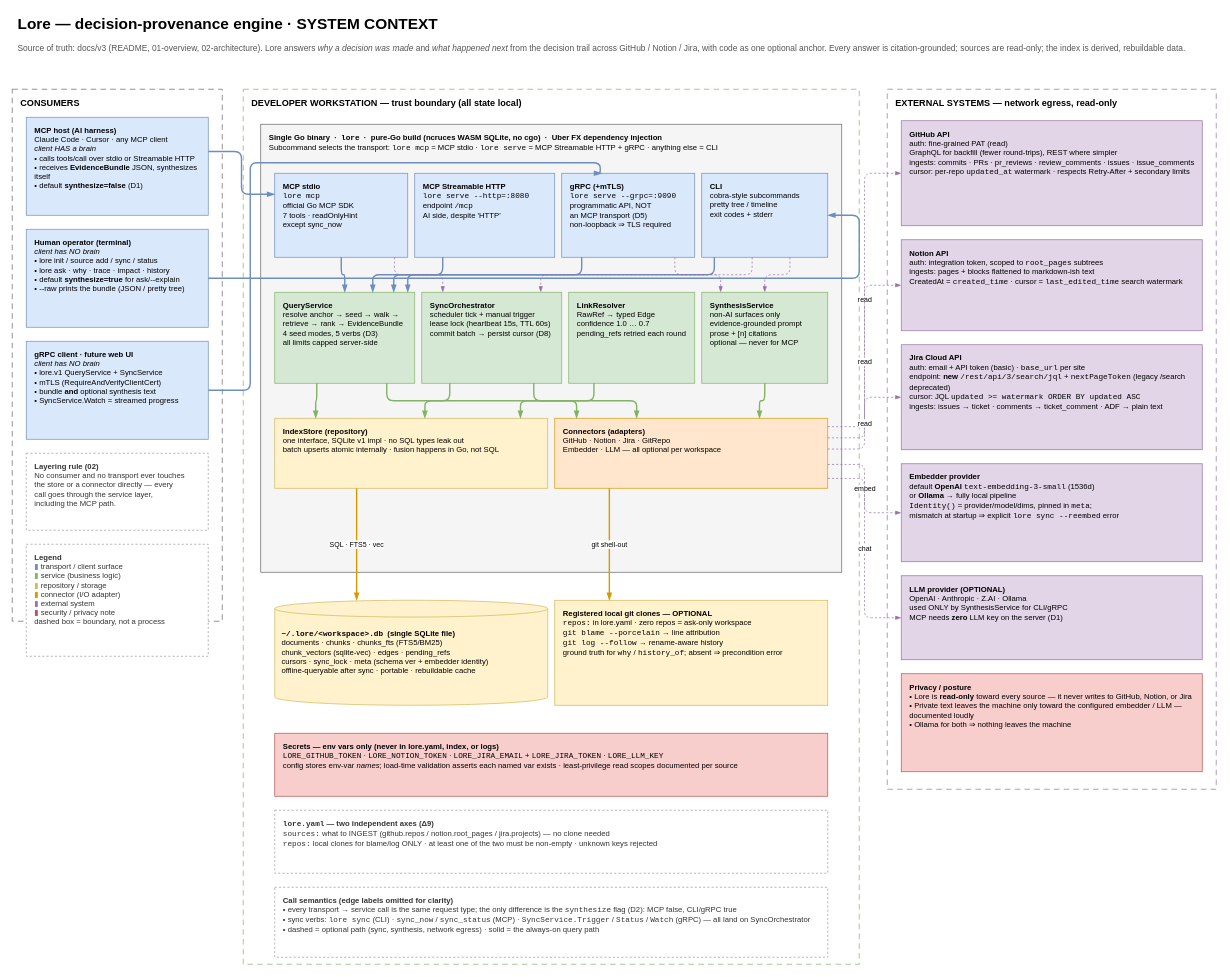
Above: page "1 · System Context" (1 of 11) of docs/v3/lore-system-design.drawio in setthasit/Lore (draw.io), before the change. Source tidied: cells renumbered, new cells numbered last; positions are measured from the earlier drawing's top-left corner, leaving out a move shared by most shapes. Both pictures are drawn from the tidied source at 70%, with x=0, y=0 at pixel (12, 12).
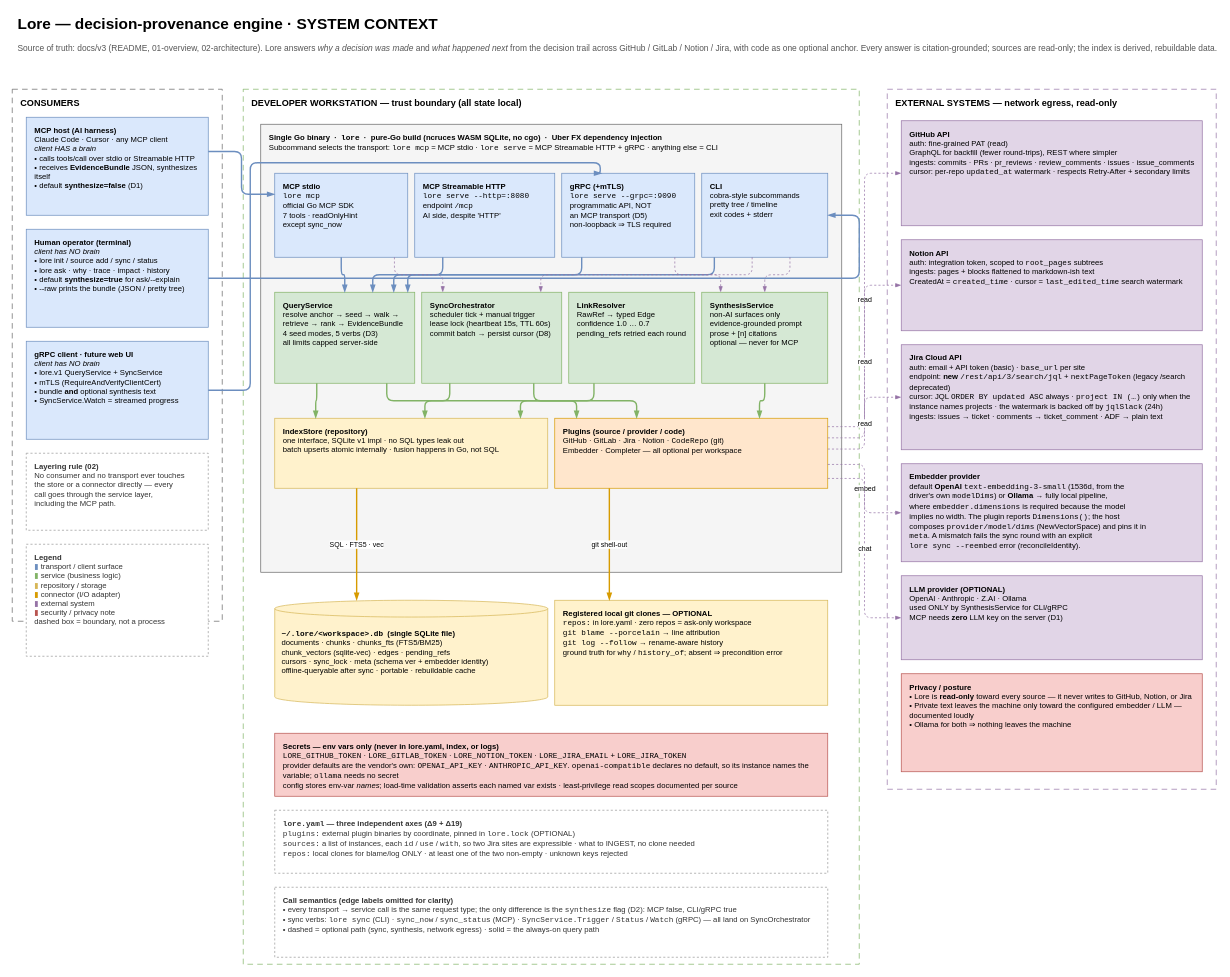
Above is the later version.

What changed in the source:
```diff
@@
-    <mxCell id="3" value="Source of truth: docs/v3 (README, 01-overview, 02-architecture). Lore answers &lt;i&gt;why a decision was made&lt;/i&gt; and &lt;i&gt;what happened next&lt;/i&gt; from the decision trail across GitHub / Notion / Jira, with code as one optional anchor. Every answer is citation-grounded; sources are read-only; the index is derived, rebuildable data." style="text;html=1;align=left;verticalAlign=top;fontSize=12;fontColor=#555555;spacingLeft=6;" parent="1" vertex="1">
+    <mxCell id="3" value="Source of truth: docs/v3 (README, 01-overview, 02-architecture). Lore answers &lt;i&gt;why a decision was made&lt;/i&gt; and &lt;i&gt;what happened next&lt;/i&gt; from the decision trail across GitHub / GitLab / Notion / Jira, with code as one optional anchor. Every answer is citation-grounded; sources are read-only; the index is derived, rebuildable data." style="text;html=1;align=left;verticalAlign=top;fontSize=12;fontColor=#555555;spacingLeft=6;" parent="1" vertex="1">
       <mxGeometry y="38" width="1220" height="52" as="geometry" />
     </mxCell>
@@
-    <mxCell id="22" value="&lt;b&gt;Connectors (adapters)&lt;/b&gt;&lt;br&gt;GitHub · Notion · Jira · GitRepo&lt;br&gt;Embedder · LLM — all optional per workspace" style="rounded=0;whiteSpace=wrap;html=1;align=left;verticalAlign=top;spacing=4;spacingLeft=8;spacingTop=4;fontSize=11;fillColor=#ffe6cc;strokeColor=#d79b00;" parent="1" vertex="1">
+    <mxCell id="22" value="&lt;b&gt;Plugins (source / provider / code)&lt;/b&gt;&lt;br&gt;GitHub · GitLab · Jira · Notion · &lt;font face='Courier New'&gt;CodeRepo&lt;/font&gt; (git)&lt;br&gt;Embedder · Completer — all optional per workspace" style="rounded=0;whiteSpace=wrap;html=1;align=left;verticalAlign=top;spacing=4;spacingLeft=8;spacingTop=4;fontSize=11;fillColor=#ffe6cc;strokeColor=#d79b00;" parent="1" vertex="1">
       <mxGeometry x="775" y="580" width="390" height="100" as="geometry" />
     </mxCell>
@@
-    <mxCell id="25" value="&lt;b&gt;Secrets — env vars only (never in lore.yaml, index, or logs)&lt;/b&gt;&lt;br&gt;&lt;font face='Courier New'&gt;LORE_GITHUB_TOKEN&lt;/font&gt; · &lt;font face='Courier New'&gt;LORE_NOTION_TOKEN&lt;/font&gt; · &lt;font face='Courier New'&gt;LORE_JIRA_EMAIL&lt;/font&gt; + &lt;font face='Courier New'&gt;LORE_JIRA_TOKEN&lt;/font&gt; · &lt;font face='Courier New'&gt;LORE_LLM_KEY&lt;/font&gt;&lt;br&gt;config stores env-var &lt;i&gt;names&lt;/i&gt;; load-time validation asserts each named var exists · least-privilege read scopes documented per source" style="rounded=0;whiteSpace=wrap;html=1;align=left;verticalAlign=top;spacing=4;spacingLeft=8;spacingTop=4;fontSize=11;fillColor=#f8cecc;strokeColor=#b85450;" parent="1" vertex="1">
+    <mxCell id="25" value="&lt;b&gt;Secrets — env vars only (never in lore.yaml, index, or logs)&lt;/b&gt;&lt;br&gt;&lt;font face='Courier New'&gt;LORE_GITHUB_TOKEN&lt;/font&gt; · &lt;font face='Courier New'&gt;LORE_GITLAB_TOKEN&lt;/font&gt; · &lt;font face='Courier New'&gt;LORE_NOTION_TOKEN&lt;/font&gt; · &lt;font face='Courier New'&gt;LORE_JIRA_EMAIL&lt;/font&gt; + &lt;font face='Courier New'&gt;LORE_JIRA_TOKEN&lt;/font&gt;&lt;br&gt;provider defaults are the vendor's own: &lt;font face='Courier New'&gt;OPENAI_API_KEY&lt;/font&gt; · &lt;font face='Courier New'&gt;ANTHROPIC_API_KEY&lt;/font&gt;. &lt;font face='Courier New'&gt;openai-compatible&lt;/font&gt; declares no default, so its instance names the variable; &lt;font face='Courier New'&gt;ollama&lt;/font&gt; needs no secret&lt;br&gt;config stores env-var &lt;i&gt;names&lt;/i&gt;; load-time validation asserts each named var exists · least-privilege read scopes documented per source" style="rounded=0;whiteSpace=wrap;html=1;align=left;verticalAlign=top;spacing=4;spacingLeft=8;spacingTop=4;fontSize=11;fillColor=#f8cecc;strokeColor=#b85450;" parent="1" vertex="1">
       <mxGeometry x="375" y="1030" width="790" height="90" as="geometry" />
     </mxCell>
-    <mxCell id="26" value="&lt;b&gt;&lt;font face='Courier New'&gt;lore.yaml&lt;/font&gt; — two independent axes (Δ9)&lt;/b&gt;&lt;br&gt;&lt;font face='Courier New'&gt;sources:&lt;/font&gt; what to INGEST (github.repos / notion.root_pages / jira.projects) — no clone needed&lt;br&gt;&lt;font face='Courier New'&gt;repos:&lt;/font&gt; local clones for blame/log ONLY · at least one of the two must be non-empty · unknown keys rejected" style="rounded=0;whiteSpace=wrap;html=1;align=left;verticalAlign=top;spacing=4;spacingLeft=8;spacingTop=4;fontSize=11;fillColor=#ffffff;strokeColor=#999999;dashed=1;fontColor=#333333;" parent="1" vertex="1">
+    <mxCell id="26" value="&lt;b&gt;&lt;font face='Courier New'&gt;lore.yaml&lt;/font&gt; — three independent axes (Δ9 + Δ19)&lt;/b&gt;&lt;br&gt;&lt;font face='Courier New'&gt;plugins:&lt;/font&gt; external plugin binaries by coordinate, pinned in &lt;font face='Courier New'&gt;lore.lock&lt;/font&gt; (OPTIONAL)&lt;br&gt;&lt;font face='Courier New'&gt;sources:&lt;/font&gt; a list of instances, each &lt;font face='Courier New'&gt;id&lt;/font&gt; / &lt;font face='Courier New'&gt;use&lt;/font&gt; / &lt;font face='Courier New'&gt;with&lt;/font&gt;, so two Jira sites are expressible · what to INGEST, no clone needed&lt;br&gt;&lt;font face='Courier New'&gt;repos:&lt;/font&gt; local clones for blame/log ONLY · at least one of the two non-empty · unknown keys rejected" style="rounded=0;whiteSpace=wrap;html=1;align=left;verticalAlign=top;spacing=4;spacingLeft=8;spacingTop=4;fontSize=11;fillColor=#ffffff;strokeColor=#999999;dashed=1;fontColor=#333333;" parent="1" vertex="1">
       <mxGeometry x="375" y="1140" width="790" height="90" as="geometry" />
     </mxCell>
@@
-    <mxCell id="29" value="&lt;b&gt;Jira Cloud API&lt;/b&gt;&lt;br&gt;auth: email + API token (basic) · &lt;font face='Courier New'&gt;base_url&lt;/font&gt; per site&lt;br&gt;endpoint: &lt;b&gt;new&lt;/b&gt; &lt;font face='Courier New'&gt;/rest/api/3/search/jql&lt;/font&gt; + &lt;font face='Courier New'&gt;nextPageToken&lt;/font&gt; (legacy /search deprecated)&lt;br&gt;cursor: JQL &lt;font face='Courier New'&gt;updated &amp;gt;= watermark ORDER BY updated ASC&lt;/font&gt;&lt;br&gt;ingests: issues → ticket · comments → ticket_comment · ADF → plain text" style="rounded=0;whiteSpace=wrap;html=1;align=left;verticalAlign=top;spacing=4;spacingLeft=8;spacingTop=4;fontSize=11;fillColor=#e1d5e7;strokeColor=#9673a6;" parent="1" vertex="1">
+    <mxCell id="29" value="&lt;b&gt;Jira Cloud API&lt;/b&gt;&lt;br&gt;auth: email + API token (basic) · &lt;font face='Courier New'&gt;base_url&lt;/font&gt; per site&lt;br&gt;endpoint: &lt;b&gt;new&lt;/b&gt; &lt;font face='Courier New'&gt;/rest/api/3/search/jql&lt;/font&gt; + &lt;font face='Courier New'&gt;nextPageToken&lt;/font&gt; (legacy /search deprecated)&lt;br&gt;cursor: JQL &lt;font face='Courier New'&gt;ORDER BY updated ASC&lt;/font&gt; always · &lt;font face='Courier New'&gt;project IN (…)&lt;/font&gt; only when the&lt;br&gt;instance names projects · the watermark is backed off by &lt;font face='Courier New'&gt;jqlSlack&lt;/font&gt; (24h)&lt;br&gt;ingests: issues → ticket · comments → ticket_comment · ADF → plain text" style="rounded=0;whiteSpace=wrap;html=1;align=left;verticalAlign=top;spacing=4;spacingLeft=8;spacingTop=4;fontSize=11;fillColor=#e1d5e7;strokeColor=#9673a6;" parent="1" vertex="1">
       <mxGeometry x="1270" y="475" width="430" height="150" as="geometry" />
     </mxCell>
-    <mxCell id="30" value="&lt;b&gt;Embedder provider&lt;/b&gt;&lt;br&gt;default &lt;b&gt;OpenAI&lt;/b&gt; &lt;font face='Courier New'&gt;text-embedding-3-small&lt;/font&gt; (1536d)&lt;br&gt;or &lt;b&gt;Ollama&lt;/b&gt; → fully local pipeline&lt;br&gt;&lt;font face='Courier New'&gt;Identity()&lt;/font&gt; = provider/model/dims, pinned in &lt;font face='Courier New'&gt;meta&lt;/font&gt;;&lt;br&gt;mismatch at startup ⇒ explicit &lt;font face='Courier New'&gt;lore sync --reembed&lt;/font&gt; error" style="rounded=0;whiteSpace=wrap;html=1;align=left;verticalAlign=top;spacing=4;spacingLeft=8;spacingTop=4;fontSize=11;fillColor=#e1d5e7;strokeColor=#9673a6;" parent="1" vertex="1">
+    <mxCell id="30" value="&lt;b&gt;Embedder provider&lt;/b&gt;&lt;br&gt;default &lt;b&gt;OpenAI&lt;/b&gt; &lt;font face='Courier New'&gt;text-embedding-3-small&lt;/font&gt; (1536d, from the&lt;br&gt;driver's own &lt;font face='Courier New'&gt;modelDims&lt;/font&gt;) or &lt;b&gt;Ollama&lt;/b&gt; → fully local pipeline,&lt;br&gt;where &lt;font face='Courier New'&gt;embedder.dimensions&lt;/font&gt; is required because the model&lt;br&gt;implies no width. The plugin reports &lt;font face='Courier New'&gt;Dimensions()&lt;/font&gt;; the host&lt;br&gt;composes &lt;font face='Courier New'&gt;provider/model/dims&lt;/font&gt; (NewVectorSpace) and pins it in&lt;br&gt;&lt;font face='Courier New'&gt;meta&lt;/font&gt;. A mismatch fails the sync round with an explicit&lt;br&gt;&lt;font face='Courier New'&gt;lore sync --reembed&lt;/font&gt; error (reconcileIdentity)." style="rounded=0;whiteSpace=wrap;html=1;align=left;verticalAlign=top;spacing=4;spacingLeft=8;spacingTop=4;fontSize=11;fillColor=#e1d5e7;strokeColor=#9673a6;" parent="1" vertex="1">
       <mxGeometry x="1270" y="645" width="430" height="140" as="geometry" />
     </mxCell>
```
